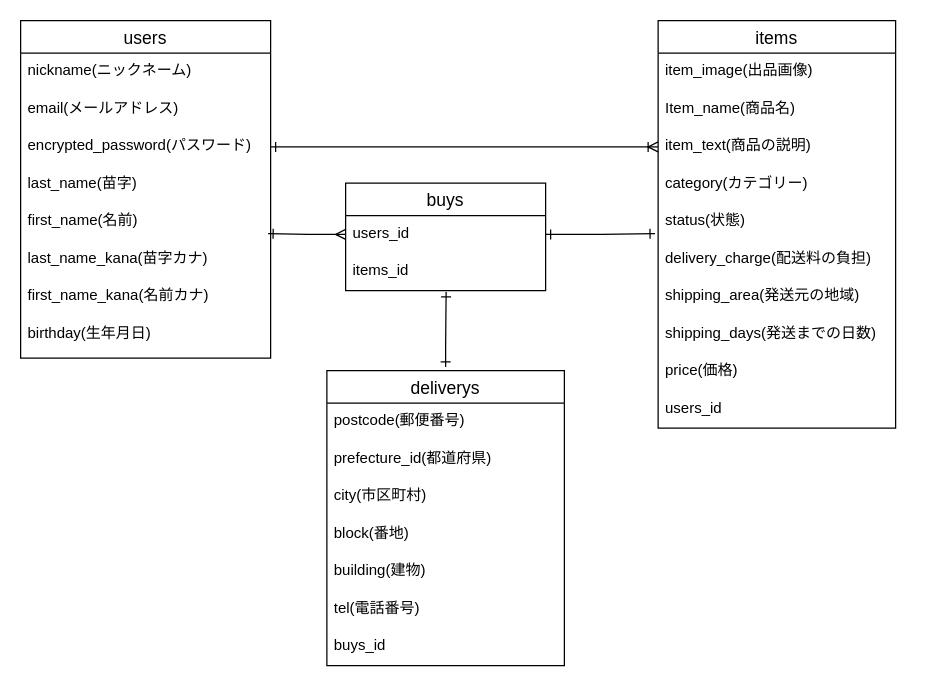
This is er.dio from hiroaki-inori/furima-35425, a draw.io file, before an edit. Source tidied: cells renumbered, new cells numbered last; positions are measured from the earlier drawing's top-left corner, leaving out a move shared by most shapes. Both pictures are drawn from the tidied source at 125%, with x=0, y=0 at pixel (20, 20).
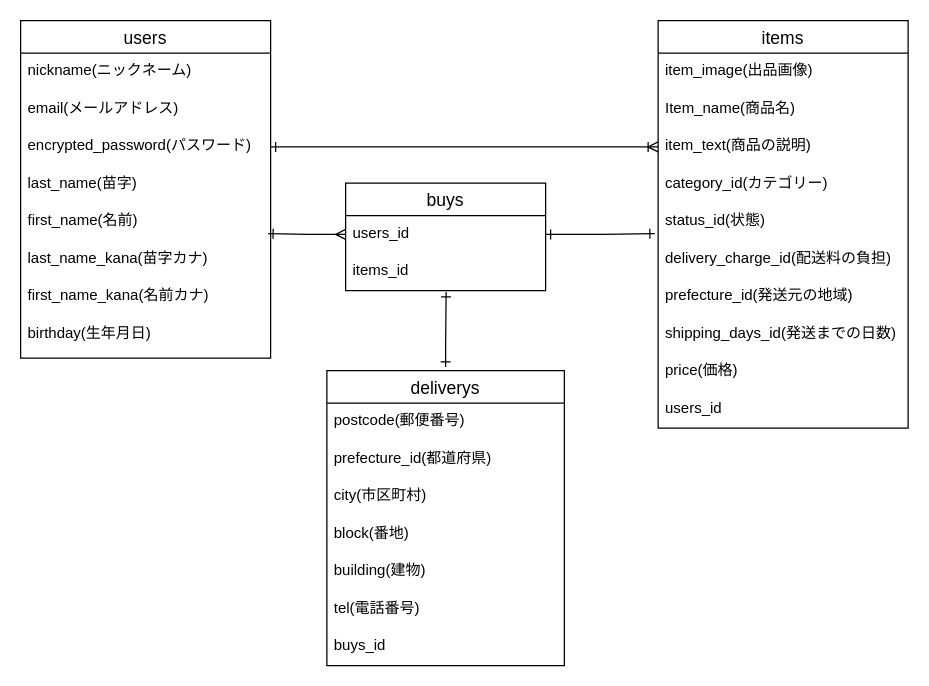
The same diagram, later.

Commit message (it also covers changes not shown here):
README、ER図設計の修正3

What changed in the source:
```diff
@@
     <mxCell id="11" value="items" style="swimlane;fontStyle=0;horizontal=1;startSize=26;align=center;fontSize=14;" parent="1" vertex="1">
-      <mxGeometry x="510" width="190" height="326" as="geometry" />
+      <mxGeometry x="510" width="200" height="326" as="geometry" />
     </mxCell>
     <mxCell id="12" value="item_image(出品画像)" style="text;strokeColor=none;fillColor=none;spacingLeft=4;spacingRight=4;overflow=hidden;fontSize=12;" parent="11" vertex="1">
-      <mxGeometry y="26" width="190" height="30" as="geometry" />
+      <mxGeometry y="26" width="200" height="30" as="geometry" />
     </mxCell>
     <mxCell id="13" value="Item_name(商品名)" style="text;strokeColor=none;fillColor=none;spacingLeft=4;spacingRight=4;overflow=hidden;fontSize=12;" parent="11" vertex="1">
-      <mxGeometry y="56" width="190" height="30" as="geometry" />
+      <mxGeometry y="56" width="200" height="30" as="geometry" />
     </mxCell>
     <mxCell id="14" value="item_text(商品の説明)" style="text;strokeColor=none;fillColor=none;spacingLeft=4;spacingRight=4;overflow=hidden;points=[[0,0.5],[1,0.5]];portConstraint=eastwest;fontSize=12;" parent="11" vertex="1">
-      <mxGeometry y="86" width="190" height="30" as="geometry" />
+      <mxGeometry y="86" width="200" height="30" as="geometry" />
     </mxCell>
-    <mxCell id="15" value="category(カテゴリー)" style="text;strokeColor=none;fillColor=none;spacingLeft=4;spacingRight=4;overflow=hidden;fontSize=12;" parent="11" vertex="1">
-      <mxGeometry y="116" width="190" height="30" as="geometry" />
+    <mxCell id="15" value="category_id(カテゴリー)" style="text;strokeColor=none;fillColor=none;spacingLeft=4;spacingRight=4;overflow=hidden;fontSize=12;" parent="11" vertex="1">
+      <mxGeometry y="116" width="200" height="30" as="geometry" />
     </mxCell>
-    <mxCell id="16" value="status(状態)" style="text;strokeColor=none;fillColor=none;spacingLeft=4;spacingRight=4;overflow=hidden;points=[[0,0.5],[1,0.5]];portConstraint=eastwest;fontSize=12;" parent="11" vertex="1">
-      <mxGeometry y="146" width="190" height="30" as="geometry" />
+    <mxCell id="16" value="status_id(状態)" style="text;strokeColor=none;fillColor=none;spacingLeft=4;spacingRight=4;overflow=hidden;points=[[0,0.5],[1,0.5]];portConstraint=eastwest;fontSize=12;" parent="11" vertex="1">
+      <mxGeometry y="146" width="200" height="30" as="geometry" />
     </mxCell>
-    <mxCell id="17" value="delivery_charge(配送料の負担)" style="text;strokeColor=none;fillColor=none;spacingLeft=4;spacingRight=4;overflow=hidden;fontSize=12;" parent="11" vertex="1">
-      <mxGeometry y="176" width="190" height="30" as="geometry" />
+    <mxCell id="17" value="delivery_charge_id(配送料の負担)" style="text;strokeColor=none;fillColor=none;spacingLeft=4;spacingRight=4;overflow=hidden;fontSize=12;" parent="11" vertex="1">
+      <mxGeometry y="176" width="200" height="30" as="geometry" />
     </mxCell>
-    <mxCell id="18" value="shipping_area(発送元の地域)" style="text;strokeColor=none;fillColor=none;spacingLeft=4;spacingRight=4;overflow=hidden;fontSize=12;" parent="11" vertex="1">
-      <mxGeometry y="206" width="190" height="30" as="geometry" />
+    <mxCell id="18" value="prefecture_id(発送元の地域)" style="text;strokeColor=none;fillColor=none;spacingLeft=4;spacingRight=4;overflow=hidden;fontSize=12;" parent="11" vertex="1">
+      <mxGeometry y="206" width="200" height="30" as="geometry" />
     </mxCell>
-    <mxCell id="19" value="shipping_days(発送までの日数)" style="text;strokeColor=none;fillColor=none;spacingLeft=4;spacingRight=4;overflow=hidden;fontSize=12;" parent="11" vertex="1">
-      <mxGeometry y="236" width="190" height="30" as="geometry" />
+    <mxCell id="19" value="shipping_days_id(発送までの日数)" style="text;strokeColor=none;fillColor=none;spacingLeft=4;spacingRight=4;overflow=hidden;fontSize=12;" parent="11" vertex="1">
+      <mxGeometry y="236" width="200" height="30" as="geometry" />
     </mxCell>
     <mxCell id="20" value="price(価格)" style="text;strokeColor=none;fillColor=none;spacingLeft=4;spacingRight=4;overflow=hidden;fontSize=12;" parent="11" vertex="1">
-      <mxGeometry y="266" width="190" height="30" as="geometry" />
+      <mxGeometry y="266" width="200" height="30" as="geometry" />
     </mxCell>
     <mxCell id="21" value="users_id" style="text;strokeColor=none;fillColor=none;spacingLeft=4;spacingRight=4;overflow=hidden;fontSize=12;" parent="11" vertex="1">
-      <mxGeometry y="296" width="190" height="30" as="geometry" />
+      <mxGeometry y="296" width="200" height="30" as="geometry" />
     </mxCell>
```
